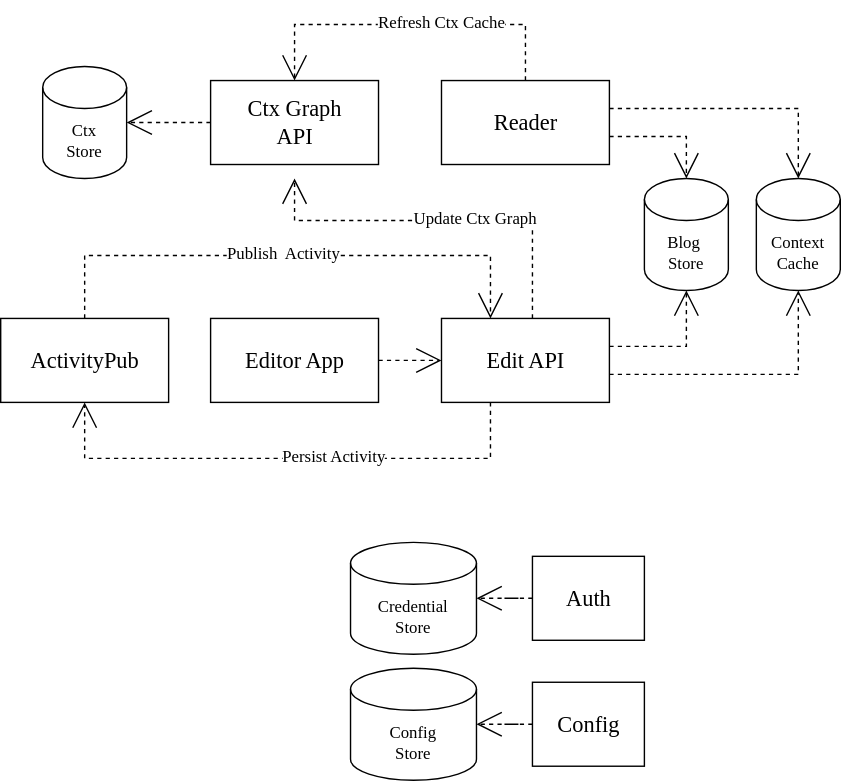
alter-kaker/pepper-docs keeps this draw.io diagram as docs/components.drawio.svg. Above is the earlier version. Source tidied: cells renumbered, new cells last; positions are measured from the earlier drawing's top-left corner, leaving out a move shared by most shapes.
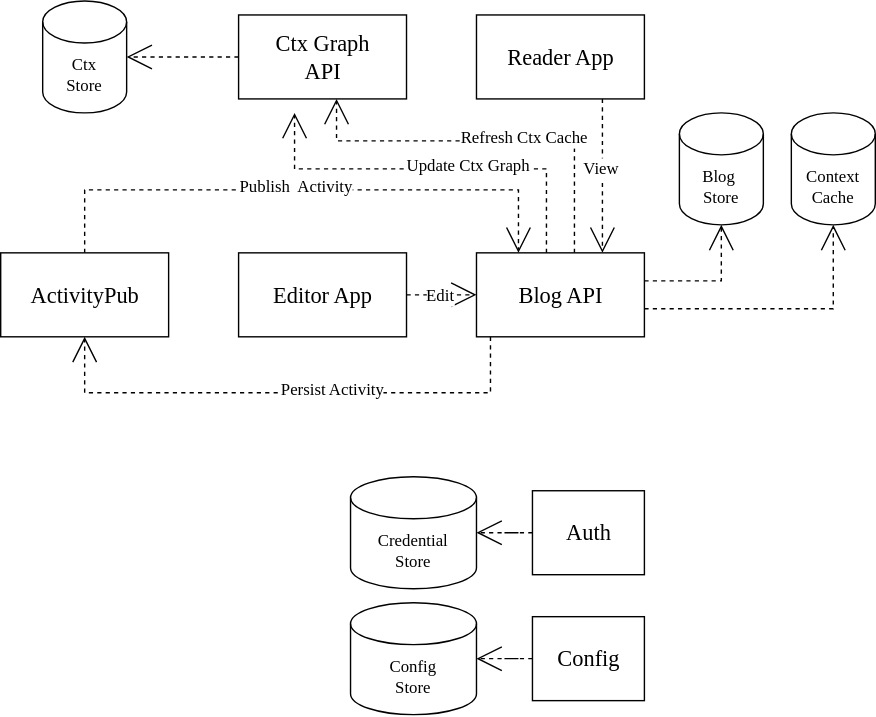
The same diagram one commit later.

What changed in the source:
```diff
@@ -5,59 +5,50 @@
     <mxCell id="2" style="edgeStyle=orthogonalEdgeStyle;shape=connector;rounded=0;jettySize=auto;html=1;dashed=1;labelBackgroundColor=none;strokeColor=default;align=center;verticalAlign=middle;fontFamily=Verdana;fontSize=12;fontColor=default;startArrow=none;startFill=0;endArrow=open;endFill=0;startSize=8;endSize=16;" parent="1" edge="1" source="6" target="12">
       <mxGeometry relative="1" as="geometry">
         <Array as="points">
-          <mxPoint x="350" y="165" />
+          <mxPoint x="60" y="165" />
+          <mxPoint x="370" y="165" />
         </Array>
       </mxGeometry>
     </mxCell>
     <mxCell id="3" value="Publish&amp;nbsp; Activity" style="edgeLabel;html=1;align=center;verticalAlign=middle;fontSize=12;fontFamily=Verdana;fontColor=default;" parent="2" vertex="1">
       <mxGeometry x="-0.02" y="2" relative="1" as="geometry" />
     </mxCell>
-    <mxCell id="4" value="Reader" style="shape=object;align=center;spacingLeft=0;rounded=0;shadow=0;comic=0;labelBackgroundColor=none;strokeWidth=1;fontFamily=Verdana;fontSize=16;html=1;fontStyle=0;" parent="1" vertex="1">
-      <mxGeometry x="315" y="40" width="120" height="60" as="geometry" />
-    </mxCell>
     <mxCell id="5" value="&lt;div&gt;Ctx Graph&lt;/div&gt;&lt;div&gt;API&lt;br&gt;&lt;/div&gt;" style="shape=object;align=center;spacingLeft=0;rounded=0;shadow=0;comic=0;labelBackgroundColor=none;strokeWidth=1;fontFamily=Verdana;fontSize=16;html=1;fontStyle=0;" parent="1" vertex="1">
-      <mxGeometry x="150" y="40" width="120" height="60" as="geometry" />
+      <mxGeometry x="170" y="40" width="120" height="60" as="geometry" />
     </mxCell>
     <mxCell id="6" value="ActivityPub" style="shape=object;align=center;spacingLeft=0;rounded=0;shadow=0;comic=0;labelBackgroundColor=none;strokeWidth=1;fontFamily=Verdana;fontSize=16;html=1;fontStyle=0;" parent="1" vertex="1">
       <mxGeometry y="210" width="120" height="60" as="geometry" />
     </mxCell>
-    <mxCell id="7" style="edgeStyle=orthogonalEdgeStyle;rounded=0;html=1;dashed=1;labelBackgroundColor=none;startArrow=none;startFill=0;startSize=8;endArrow=open;endFill=0;endSize=16;fontFamily=Verdana;fontSize=12;" parent="1" edge="1" source="4" target="5">
+    <mxCell id="7" style="edgeStyle=orthogonalEdgeStyle;rounded=0;html=1;dashed=1;labelBackgroundColor=none;startArrow=none;startFill=0;startSize=8;endArrow=open;endFill=0;endSize=16;fontFamily=Verdana;fontSize=12;" parent="1" edge="1" source="12" target="5">
       <mxGeometry relative="1" as="geometry">
         <Array as="points">
-          <mxPoint x="375" />
-          <mxPoint x="210" />
+          <mxPoint x="410" y="130" />
+          <mxPoint x="240" y="130" />
         </Array>
       </mxGeometry>
     </mxCell>
     <mxCell id="8" value="Refresh Ctx Cache" style="edgeLabel;html=1;align=center;verticalAlign=middle;fontSize=12;fontFamily=Verdana;fontColor=default;" parent="7" vertex="1">
       <mxGeometry x="-0.17" y="-2" relative="1" as="geometry" />
     </mxCell>
-    <mxCell id="9" style="rounded=0;html=1;labelBackgroundColor=none;startArrow=none;startFill=0;startSize=8;endArrow=open;endFill=0;endSize=16;fontFamily=Verdana;fontSize=12;dashed=1;edgeStyle=orthogonalEdgeStyle;" parent="1" edge="1" source="4" target="19">
-      <mxGeometry relative="1" as="geometry">
-        <Array as="points">
-          <mxPoint x="490" y="80" />
-        </Array>
-      </mxGeometry>
-    </mxCell>
     <mxCell id="10" style="edgeStyle=orthogonalEdgeStyle;rounded=0;html=1;dashed=1;labelBackgroundColor=none;startArrow=none;startFill=0;startSize=8;endArrow=open;endFill=0;endSize=16;fontFamily=Verdana;fontSize=12;" parent="1" edge="1" source="5" target="23">
       <mxGeometry relative="1" as="geometry" />
     </mxCell>
     <mxCell id="11" style="edgeStyle=orthogonalEdgeStyle;shape=connector;rounded=0;jettySize=auto;html=1;dashed=1;labelBackgroundColor=none;strokeColor=default;align=center;verticalAlign=middle;fontFamily=Verdana;fontSize=12;fontColor=default;startArrow=none;startFill=0;endArrow=open;endFill=0;startSize=8;endSize=16;" parent="1" edge="1" source="12" target="21">
       <mxGeometry relative="1" as="geometry">
         <Array as="points">
-          <mxPoint x="570" y="250" />
+          <mxPoint x="595" y="250" />
         </Array>
       </mxGeometry>
     </mxCell>
-    <mxCell id="12" value="&lt;div style=&quot;font-size: 16px;&quot;&gt;Edit API&lt;br&gt;&lt;/div&gt;" style="shape=object;align=center;spacingLeft=0;rounded=0;shadow=0;comic=0;labelBackgroundColor=none;strokeWidth=1;fontFamily=Verdana;fontSize=16;html=1;fontStyle=0;" parent="1" vertex="1">
-      <mxGeometry x="315" y="210" width="120" height="60" as="geometry" />
+    <mxCell id="12" value="&lt;div style=&quot;font-size: 16px;&quot;&gt;Blog API&lt;br&gt;&lt;/div&gt;" style="shape=object;align=center;spacingLeft=0;rounded=0;shadow=0;comic=0;labelBackgroundColor=none;strokeWidth=1;fontFamily=Verdana;fontSize=16;html=1;fontStyle=0;" parent="1" vertex="1">
+      <mxGeometry x="340" y="210" width="120" height="60" as="geometry" />
     </mxCell>
     <mxCell id="13" style="edgeStyle=orthogonalEdgeStyle;rounded=0;html=1;dashed=1;labelBackgroundColor=none;startArrow=none;startFill=0;startSize=8;endArrow=open;endFill=0;endSize=16;fontFamily=Verdana;fontSize=12;" parent="1" edge="1" source="12">
       <mxGeometry relative="1" as="geometry">
         <mxPoint x="210" y="110" as="targetPoint" />
         <Array as="points">
-          <mxPoint x="380" y="140" />
-          <mxPoint x="210" y="140" />
+          <mxPoint x="390" y="150" />
+          <mxPoint x="210" y="150" />
         </Array>
       </mxGeometry>
     </mxCell>
@@ -82,34 +73,30 @@
       <mxGeometry x="250" y="370" width="90" height="80" as="geometry" />
     </mxCell>
     <mxCell id="19" value="&lt;div&gt;Blog&amp;nbsp;&lt;/div&gt;&lt;div&gt;Store&lt;/div&gt;" style="shape=cylinder3;whiteSpace=wrap;html=1;boundedLbl=1;backgroundOutline=1;size=15;fontFamily=Verdana;fontSize=12;fontColor=default;" parent="1" vertex="1">
-      <mxGeometry x="460" y="110" width="60" height="80" as="geometry" />
+      <mxGeometry x="485" y="110" width="60" height="80" as="geometry" />
     </mxCell>
     <mxCell id="20" style="edgeStyle=orthogonalEdgeStyle;shape=connector;rounded=0;jettySize=auto;html=1;dashed=1;labelBackgroundColor=none;strokeColor=default;align=center;verticalAlign=middle;fontFamily=Verdana;fontSize=12;fontColor=default;startArrow=none;startFill=0;endArrow=open;endFill=0;startSize=8;endSize=16;" parent="1" edge="1" source="17" target="18">
       <mxGeometry relative="1" as="geometry" />
     </mxCell>
     <mxCell id="21" value="Context Cache" style="shape=cylinder3;whiteSpace=wrap;html=1;boundedLbl=1;backgroundOutline=1;size=15;fontFamily=Verdana;fontSize=12;fontColor=default;" parent="1" vertex="1">
-      <mxGeometry x="540" y="110" width="60" height="80" as="geometry" />
+      <mxGeometry x="565" y="110" width="60" height="80" as="geometry" />
     </mxCell>
-    <mxCell id="22" style="rounded=0;html=1;labelBackgroundColor=none;startArrow=none;startFill=0;startSize=8;endArrow=open;endFill=0;endSize=16;fontFamily=Verdana;fontSize=12;dashed=1;edgeStyle=orthogonalEdgeStyle;" parent="1" edge="1" source="4" target="21">
-      <mxGeometry relative="1" as="geometry">
-        <Array as="points">
-          <mxPoint x="570" y="60" />
-        </Array>
-      </mxGeometry>
-    </mxCell>
     <mxCell id="23" value="&lt;div&gt;Ctx&lt;/div&gt;&lt;div&gt;Store&lt;/div&gt;" style="shape=cylinder3;whiteSpace=wrap;html=1;boundedLbl=1;backgroundOutline=1;size=15;fontFamily=Verdana;fontSize=12;fontColor=default;" parent="1" vertex="1">
       <mxGeometry x="30" y="30" width="60" height="80" as="geometry" />
     </mxCell>
     <mxCell id="24" style="edgeStyle=none;shape=connector;rounded=0;jettySize=auto;html=1;dashed=1;labelBackgroundColor=none;strokeColor=default;align=center;verticalAlign=middle;fontFamily=Verdana;fontSize=12;fontColor=default;startArrow=none;startFill=0;endArrow=open;endFill=0;startSize=8;endSize=16;" parent="1" edge="1" source="25" target="12">
       <mxGeometry relative="1" as="geometry" />
     </mxCell>
+    <mxCell id="30" value="Edit" style="edgeLabel;html=1;align=center;verticalAlign=middle;fontSize=12;fontFamily=Verdana;fontColor=default;" parent="24" vertex="1">
+      <mxGeometry x="-0.04" y="-1" relative="1" as="geometry" />
+    </mxCell>
     <mxCell id="25" value="Editor App" style="shape=object;align=center;spacingLeft=0;rounded=0;shadow=0;comic=0;labelBackgroundColor=none;strokeWidth=1;fontFamily=Verdana;fontSize=16;html=1;fontStyle=0;" parent="1" vertex="1">
-      <mxGeometry x="150" y="210" width="120" height="60" as="geometry" />
+      <mxGeometry x="170" y="210" width="120" height="60" as="geometry" />
     </mxCell>
     <mxCell id="26" style="edgeStyle=orthogonalEdgeStyle;shape=connector;rounded=0;jettySize=auto;html=1;dashed=1;labelBackgroundColor=none;strokeColor=default;align=center;verticalAlign=middle;fontFamily=Verdana;fontSize=12;fontColor=default;startArrow=none;startFill=0;endArrow=open;endFill=0;startSize=8;endSize=16;" parent="1" edge="1" source="12" target="19">
       <mxGeometry relative="1" as="geometry">
         <Array as="points">
-          <mxPoint x="490" y="230" />
+          <mxPoint x="515" y="230" />
         </Array>
       </mxGeometry>
     </mxCell>
@@ -122,5 +109,19 @@
     <mxCell id="29" style="edgeStyle=orthogonalEdgeStyle;shape=connector;rounded=0;jettySize=auto;html=1;dashed=1;labelBackgroundColor=none;strokeColor=default;align=center;verticalAlign=middle;fontFamily=Verdana;fontSize=12;fontColor=default;startArrow=none;startFill=0;endArrow=open;endFill=0;startSize=8;endSize=16;" parent="1" edge="1" source="27" target="28">
       <mxGeometry relative="1" as="geometry" />
     </mxCell>
+    <mxCell id="31" value="Reader App" style="shape=object;align=center;spacingLeft=0;rounded=0;shadow=0;comic=0;labelBackgroundColor=none;strokeWidth=1;fontFamily=Verdana;fontSize=16;html=1;fontStyle=0;" parent="1" vertex="1">
+      <mxGeometry x="340" y="40" width="120" height="60" as="geometry" />
+    </mxCell>
+    <mxCell id="32" style="edgeStyle=orthogonalEdgeStyle;shape=connector;rounded=0;jettySize=auto;html=1;dashed=1;labelBackgroundColor=none;strokeColor=default;align=center;verticalAlign=middle;fontFamily=Verdana;fontSize=12;fontColor=default;startArrow=none;startFill=0;endArrow=open;endFill=0;startSize=8;endSize=16;" parent="1" edge="1" source="31" target="12">
+      <mxGeometry relative="1" as="geometry">
+        <Array as="points">
+          <mxPoint x="430" y="170" />
+          <mxPoint x="430" y="170" />
+        </Array>
+      </mxGeometry>
+    </mxCell>
+    <mxCell id="33" value="View" style="edgeLabel;html=1;align=center;verticalAlign=middle;fontSize=12;fontFamily=Verdana;fontColor=default;" parent="32" vertex="1">
+      <mxGeometry x="-0.09" y="-1" relative="1" as="geometry" />
+    </mxCell>
   </root>
 </mxGraphModel>
```
